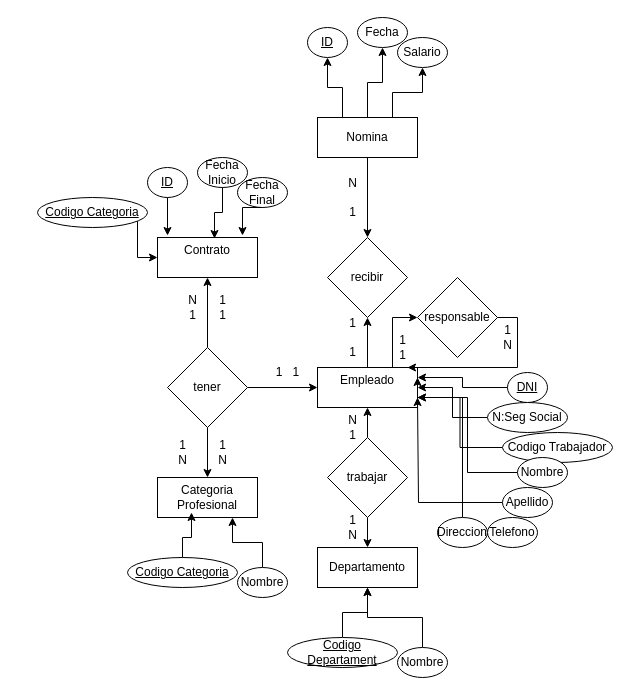
adriii28/amr-tsys-C3U12-11102023 keeps this draw.io diagram as ej7.drawio. Above is the earlier version. Source tidied: cells renumbered, new cells numbered last; positions are measured from the earlier drawing's top-left corner, leaving out a move shared by most shapes. Both pictures are drawn from the tidied source at 100%, with x=0, y=0 at pixel (37, 17).
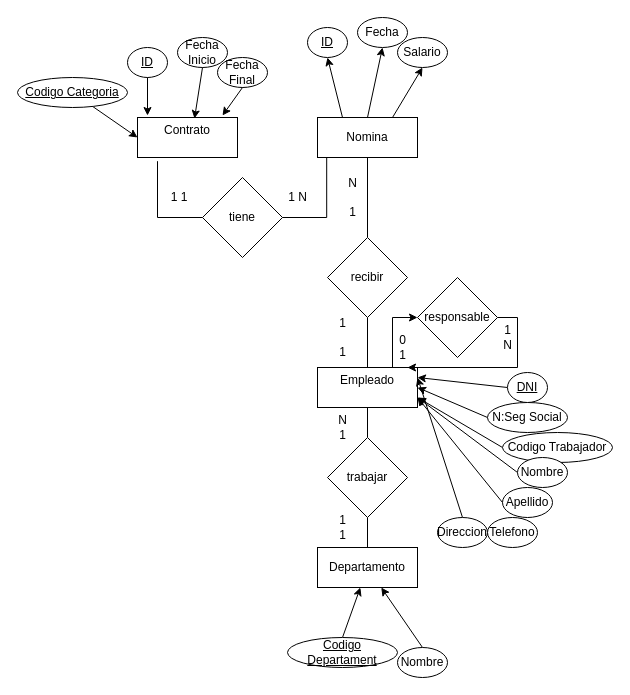
The same page after the edit.

Unchanged cells that the change refers to:
```xml
<mxCell id="4" value="&#10;Empleado&#10;&#10;" style="rounded=0;whiteSpace=wrap;html=1;" parent="1" vertex="1">
  <mxGeometry x="280" y="350" width="100" height="40" as="geometry" />
</mxCell>
<mxCell id="5" value="Departamento" style="rounded=0;whiteSpace=wrap;html=1;" parent="1" vertex="1">
  <mxGeometry x="280" y="530" width="100" height="40" as="geometry" />
</mxCell>
<mxCell id="12" value="Nomina" style="rounded=0;whiteSpace=wrap;html=1;" parent="1" vertex="1">
  <mxGeometry x="280" y="100" width="100" height="40" as="geometry" />
</mxCell>
<mxCell id="15" value="trabajar" style="rhombus;whiteSpace=wrap;html=1;" parent="1" vertex="1">
  <mxGeometry x="290" y="420" width="80" height="80" as="geometry" />
</mxCell>
<mxCell id="22" value="recibir" style="rhombus;whiteSpace=wrap;html=1;" parent="1" vertex="1">
  <mxGeometry x="290" y="220" width="80" height="80" as="geometry" />
</mxCell>
<mxCell id="24" value="DNI" style="ellipse;whiteSpace=wrap;html=1;fontStyle=4;" parent="1" vertex="1">
  <mxGeometry x="470" y="355" width="40" height="30" as="geometry" />
</mxCell>
<mxCell id="26" value="N:Seg Social" style="ellipse;whiteSpace=wrap;html=1;" parent="1" vertex="1">
  <mxGeometry x="450" y="385" width="80" height="30" as="geometry" />
</mxCell>
<mxCell id="28" value="Codigo Trabajador" style="ellipse;whiteSpace=wrap;html=1;" parent="1" vertex="1">
  <mxGeometry x="465" y="415" width="110" height="30" as="geometry" />
</mxCell>
<mxCell id="30" value="Apellido" style="ellipse;whiteSpace=wrap;html=1;" parent="1" vertex="1">
  <mxGeometry x="465" y="470" width="50" height="30" as="geometry" />
</mxCell>
<mxCell id="32" value="Nombre" style="ellipse;whiteSpace=wrap;html=1;" parent="1" vertex="1">
  <mxGeometry x="480" y="440" width="50" height="30" as="geometry" />
</mxCell>
<mxCell id="35" value="&lt;div&gt;Direccion&lt;/div&gt;" style="ellipse;whiteSpace=wrap;html=1;" parent="1" vertex="1">
  <mxGeometry x="400" y="500" width="50" height="30" as="geometry" />
</mxCell>
<mxCell id="37" value="Codigo Departament" style="ellipse;whiteSpace=wrap;html=1;fontStyle=4;" parent="1" vertex="1">
  <mxGeometry x="250" y="620" width="110" height="30" as="geometry" />
</mxCell>
<mxCell id="39" value="Nombre" style="ellipse;whiteSpace=wrap;html=1;" parent="1" vertex="1">
  <mxGeometry x="360" y="630" width="50" height="30" as="geometry" />
</mxCell>
<mxCell id="50" value="ID" style="ellipse;whiteSpace=wrap;html=1;fontStyle=4;" parent="1" vertex="1">
  <mxGeometry x="270" y="10" width="40" height="30" as="geometry" />
</mxCell>
<mxCell id="51" value="Fecha" style="ellipse;whiteSpace=wrap;html=1;" parent="1" vertex="1">
  <mxGeometry x="320" width="50" height="30" as="geometry" />
</mxCell>
<mxCell id="52" value="Salario" style="ellipse;whiteSpace=wrap;html=1;" parent="1" vertex="1">
  <mxGeometry x="360" y="20" width="50" height="30" as="geometry" />
</mxCell>
```

What changed in the source:
```diff
@@
-    <mxCell id="3" style="edgeStyle=orthogonalEdgeStyle;rounded=0;jettySize=auto;html=1;entryX=0.5;entryY=1;entryDx=0;entryDy=0;" parent="1" edge="1" source="4" target="22">
+    <mxCell id="3" style="edgeStyle=orthogonalEdgeStyle;rounded=0;jettySize=auto;html=1;entryX=0.5;entryY=1;entryDx=0;entryDy=0;startArrow=none;startFill=0;endArrow=none;endFill=0;" parent="1" edge="1" source="4" target="22">
       <mxGeometry relative="1" as="geometry" />
     </mxCell>
@@
     <mxCell id="6" value="&lt;div&gt;Contrato&lt;/div&gt;&lt;div&gt;&lt;br&gt;&lt;/div&gt;" style="rounded=0;whiteSpace=wrap;html=1;" parent="1" vertex="1">
-      <mxGeometry x="120" y="220" width="100" height="40" as="geometry" />
+      <mxGeometry x="100" y="100" width="100" height="40" as="geometry" />
     </mxCell>
-    <mxCell id="7" value="Categoria Profesional" style="rounded=0;whiteSpace=wrap;html=1;" parent="1" vertex="1">
-      <mxGeometry x="120" y="460" width="100" height="40" as="geometry" />
-    </mxCell>
-    <mxCell id="8" style="edgeStyle=orthogonalEdgeStyle;rounded=0;jettySize=auto;html=1;entryX=0.5;entryY=0;entryDx=0;entryDy=0;" parent="1" edge="1" source="12" target="22">
+    <mxCell id="8" style="edgeStyle=orthogonalEdgeStyle;rounded=0;jettySize=auto;html=1;entryX=0.5;entryY=0;entryDx=0;entryDy=0;startArrow=none;startFill=0;endArrow=none;endFill=0;" parent="1" edge="1" source="12" target="22">
       <mxGeometry relative="1" as="geometry" />
     </mxCell>
-    <mxCell id="9" style="edgeStyle=orthogonalEdgeStyle;rounded=0;jettySize=auto;html=1;exitX=0.25;exitY=0;exitDx=0;exitDy=0;entryX=0.5;entryY=1;entryDx=0;entryDy=0;" parent="1" edge="1" source="12" target="50">
+    <mxCell id="9" style="rounded=0;jettySize=auto;html=1;exitX=0.25;exitY=0;exitDx=0;exitDy=0;entryX=0.5;entryY=1;entryDx=0;entryDy=0;" parent="1" edge="1" source="12" target="50">
       <mxGeometry relative="1" as="geometry" />
     </mxCell>
-    <mxCell id="10" style="edgeStyle=orthogonalEdgeStyle;rounded=0;jettySize=auto;html=1;exitX=0.5;exitY=0;exitDx=0;exitDy=0;entryX=0.5;entryY=1;entryDx=0;entryDy=0;" parent="1" edge="1" source="12" target="51">
+    <mxCell id="10" style="rounded=0;jettySize=auto;html=1;exitX=0.5;exitY=0;exitDx=0;exitDy=0;entryX=0.5;entryY=1;entryDx=0;entryDy=0;" parent="1" edge="1" source="12" target="51">
       <mxGeometry relative="1" as="geometry" />
     </mxCell>
-    <mxCell id="11" style="edgeStyle=orthogonalEdgeStyle;rounded=0;jettySize=auto;html=1;exitX=0.75;exitY=0;exitDx=0;exitDy=0;entryX=0.5;entryY=1;entryDx=0;entryDy=0;" parent="1" edge="1" source="12" target="52">
+    <mxCell id="11" style="rounded=0;jettySize=auto;html=1;exitX=0.75;exitY=0;exitDx=0;exitDy=0;entryX=0.5;entryY=1;entryDx=0;entryDy=0;" parent="1" edge="1" source="12" target="52">
       <mxGeometry relative="1" as="geometry" />
     </mxCell>
@@
-    <mxCell id="13" style="edgeStyle=orthogonalEdgeStyle;rounded=0;jettySize=auto;html=1;entryX=0.5;entryY=1;entryDx=0;entryDy=0;" parent="1" edge="1" source="15" target="4">
+    <mxCell id="13" style="edgeStyle=orthogonalEdgeStyle;rounded=0;jettySize=auto;html=1;entryX=0.5;entryY=1;entryDx=0;entryDy=0;startArrow=none;startFill=0;endArrow=none;endFill=0;" parent="1" edge="1" source="15" target="4">
       <mxGeometry relative="1" as="geometry" />
     </mxCell>
-    <mxCell id="14" style="edgeStyle=orthogonalEdgeStyle;rounded=0;jettySize=auto;html=1;" parent="1" edge="1" source="15" target="5">
+    <mxCell id="14" style="edgeStyle=orthogonalEdgeStyle;rounded=0;jettySize=auto;html=1;startArrow=none;startFill=0;endArrow=none;endFill=0;" parent="1" edge="1" source="15" target="5">
       <mxGeometry relative="1" as="geometry" />
     </mxCell>
@@
-    <mxCell id="18" style="edgeStyle=orthogonalEdgeStyle;rounded=0;jettySize=auto;html=1;entryX=0;entryY=0.5;entryDx=0;entryDy=0;" parent="1" edge="1" source="21" target="4">
-      <mxGeometry relative="1" as="geometry" />
-    </mxCell>
-    <mxCell id="19" style="edgeStyle=orthogonalEdgeStyle;rounded=0;jettySize=auto;html=1;entryX=0.5;entryY=0;entryDx=0;entryDy=0;" parent="1" edge="1" source="21" target="7">
-      <mxGeometry relative="1" as="geometry" />
-    </mxCell>
-    <mxCell id="20" style="edgeStyle=orthogonalEdgeStyle;rounded=0;jettySize=auto;html=1;entryX=0.5;entryY=1;entryDx=0;entryDy=0;" parent="1" edge="1" source="21" target="6">
-      <mxGeometry relative="1" as="geometry" />
-    </mxCell>
-    <mxCell id="21" value="tener" style="rhombus;whiteSpace=wrap;html=1;" parent="1" vertex="1">
-      <mxGeometry x="130" y="330" width="80" height="80" as="geometry" />
-    </mxCell>
@@
-    <mxCell id="23" style="edgeStyle=orthogonalEdgeStyle;rounded=0;jettySize=auto;html=1;exitX=0;exitY=0.5;exitDx=0;exitDy=0;entryX=1;entryY=0.25;entryDx=0;entryDy=0;" parent="1" edge="1" source="24" target="4">
+    <mxCell id="23" style="rounded=0;jettySize=auto;html=1;exitX=0;exitY=0.5;exitDx=0;exitDy=0;entryX=1;entryY=0.25;entryDx=0;entryDy=0;" parent="1" edge="1" source="24" target="4">
       <mxGeometry relative="1" as="geometry" />
     </mxCell>
@@
-    <mxCell id="25" style="edgeStyle=orthogonalEdgeStyle;rounded=0;jettySize=auto;html=1;exitX=0;exitY=0.5;exitDx=0;exitDy=0;entryX=1;entryY=0.5;entryDx=0;entryDy=0;" parent="1" edge="1" source="26" target="4">
+    <mxCell id="25" style="rounded=0;jettySize=auto;html=1;exitX=0;exitY=0.5;exitDx=0;exitDy=0;entryX=1;entryY=0.5;entryDx=0;entryDy=0;" parent="1" edge="1" source="26" target="4">
       <mxGeometry relative="1" as="geometry" />
     </mxCell>
@@
-    <mxCell id="27" style="edgeStyle=orthogonalEdgeStyle;rounded=0;jettySize=auto;html=1;exitX=0;exitY=0.5;exitDx=0;exitDy=0;entryX=1;entryY=0.75;entryDx=0;entryDy=0;" parent="1" edge="1" source="28" target="4">
+    <mxCell id="27" style="rounded=0;jettySize=auto;html=1;exitX=0;exitY=0.5;exitDx=0;exitDy=0;entryX=1;entryY=0.75;entryDx=0;entryDy=0;" parent="1" edge="1" source="28" target="4">
       <mxGeometry relative="1" as="geometry" />
     </mxCell>
@@
-    <mxCell id="29" style="edgeStyle=orthogonalEdgeStyle;rounded=0;jettySize=auto;html=1;exitX=0;exitY=0.5;exitDx=0;exitDy=0;" parent="1" edge="1" source="30">
+    <mxCell id="29" style="rounded=0;jettySize=auto;html=1;exitX=0;exitY=0.5;exitDx=0;exitDy=0;" parent="1" edge="1" source="30">
       <mxGeometry relative="1" as="geometry">
         <mxPoint x="380" y="380" as="targetPoint" />
-        <Array as="points">
-          <mxPoint x="381" y="485" />
-        </Array>
       </mxGeometry>
     </mxCell>
@@
-    <mxCell id="31" style="edgeStyle=orthogonalEdgeStyle;rounded=0;jettySize=auto;html=1;exitX=0;exitY=0.5;exitDx=0;exitDy=0;entryX=1;entryY=0.75;entryDx=0;entryDy=0;" parent="1" edge="1" source="32" target="4">
+    <mxCell id="31" style="rounded=0;jettySize=auto;html=1;exitX=0;exitY=0.5;exitDx=0;exitDy=0;entryX=1;entryY=0.75;entryDx=0;entryDy=0;" parent="1" edge="1" source="32" target="4">
       <mxGeometry relative="1" as="geometry" />
     </mxCell>
@@
-    <mxCell id="33" style="edgeStyle=orthogonalEdgeStyle;rounded=0;jettySize=auto;html=1;exitX=0.5;exitY=0;exitDx=0;exitDy=0;" parent="1" edge="1" source="35">
+    <mxCell id="33" style="rounded=0;jettySize=auto;html=1;exitX=0.5;exitY=0;exitDx=0;exitDy=0;" parent="1" edge="1" source="35">
       <mxGeometry relative="1" as="geometry">
         <mxPoint x="380" y="360" as="targetPoint" />
-        <Array as="points">
-          <mxPoint x="425" y="380" />
-          <mxPoint x="380" y="380" />
-        </Array>
       </mxGeometry>
     </mxCell>
@@
-    <mxCell id="36" style="edgeStyle=orthogonalEdgeStyle;rounded=0;jettySize=auto;html=1;exitX=0.5;exitY=0;exitDx=0;exitDy=0;" parent="1" edge="1" source="37" target="5">
+    <mxCell id="36" style="rounded=0;jettySize=auto;html=1;exitX=0.5;exitY=0;exitDx=0;exitDy=0;" parent="1" edge="1" source="37" target="5">
       <mxGeometry relative="1" as="geometry" />
     </mxCell>
@@
-    <mxCell id="38" style="edgeStyle=orthogonalEdgeStyle;rounded=0;jettySize=auto;html=1;exitX=0.5;exitY=0;exitDx=0;exitDy=0;" parent="1" edge="1" source="39" target="5">
+    <mxCell id="38" style="rounded=0;jettySize=auto;html=1;exitX=0.5;exitY=0;exitDx=0;exitDy=0;" parent="1" edge="1" source="39" target="5">
       <mxGeometry relative="1" as="geometry" />
     </mxCell>
@@
-    <mxCell id="40" value="Codigo Categoria" style="ellipse;whiteSpace=wrap;html=1;fontStyle=4;" parent="1" vertex="1">
-      <mxGeometry x="90" y="540" width="110" height="30" as="geometry" />
-    </mxCell>
-    <mxCell id="41" style="edgeStyle=orthogonalEdgeStyle;rounded=0;jettySize=auto;html=1;exitX=0.5;exitY=0;exitDx=0;exitDy=0;entryX=0.75;entryY=1;entryDx=0;entryDy=0;" parent="1" edge="1" source="42" target="7">
-      <mxGeometry relative="1" as="geometry" />
-    </mxCell>
-    <mxCell id="42" value="Nombre" style="ellipse;whiteSpace=wrap;html=1;" parent="1" vertex="1">
-      <mxGeometry x="200" y="550" width="50" height="30" as="geometry" />
-    </mxCell>
-    <mxCell id="43" style="edgeStyle=orthogonalEdgeStyle;rounded=0;jettySize=auto;html=1;exitX=0.5;exitY=0;exitDx=0;exitDy=0;entryX=0.34;entryY=0.875;entryDx=0;entryDy=0;entryPerimeter=0;" parent="1" edge="1" source="40" target="7">
-      <mxGeometry relative="1" as="geometry" />
-    </mxCell>
     <mxCell id="44" value="ID" style="ellipse;whiteSpace=wrap;html=1;fontStyle=4;" parent="1" vertex="1">
-      <mxGeometry x="110" y="150" width="40" height="30" as="geometry" />
+      <mxGeometry x="90" y="30" width="40" height="30" as="geometry" />
     </mxCell>
     <mxCell id="45" value="Fecha Inicio" style="ellipse;whiteSpace=wrap;html=1;" parent="1" vertex="1">
-      <mxGeometry x="160" y="140" width="50" height="30" as="geometry" />
+      <mxGeometry x="140" y="20" width="50" height="30" as="geometry" />
     </mxCell>
     <mxCell id="46" value="Fecha Final" style="ellipse;whiteSpace=wrap;html=1;" parent="1" vertex="1">
-      <mxGeometry x="200" y="160" width="50" height="30" as="geometry" />
+      <mxGeometry x="180" y="40" width="50" height="30" as="geometry" />
     </mxCell>
-    <mxCell id="47" style="edgeStyle=orthogonalEdgeStyle;rounded=0;jettySize=auto;html=1;exitX=0.5;exitY=1;exitDx=0;exitDy=0;entryX=0.1;entryY=-0.05;entryDx=0;entryDy=0;entryPerimeter=0;" parent="1" edge="1" source="44" target="6">
+    <mxCell id="47" style="rounded=0;jettySize=auto;html=1;exitX=0.5;exitY=1;exitDx=0;exitDy=0;entryX=0.1;entryY=-0.05;entryDx=0;entryDy=0;entryPerimeter=0;" parent="1" edge="1" source="44" target="6">
       <mxGeometry relative="1" as="geometry" />
     </mxCell>
-    <mxCell id="48" style="edgeStyle=orthogonalEdgeStyle;rounded=0;jettySize=auto;html=1;exitX=0.5;exitY=1;exitDx=0;exitDy=0;entryX=0.57;entryY=0.025;entryDx=0;entryDy=0;entryPerimeter=0;" parent="1" edge="1" source="45" target="6">
+    <mxCell id="48" style="rounded=0;jettySize=auto;html=1;exitX=0.5;exitY=1;exitDx=0;exitDy=0;entryX=0.57;entryY=0.025;entryDx=0;entryDy=0;entryPerimeter=0;" parent="1" edge="1" source="45" target="6">
       <mxGeometry relative="1" as="geometry" />
     </mxCell>
-    <mxCell id="49" style="edgeStyle=orthogonalEdgeStyle;rounded=0;jettySize=auto;html=1;exitX=0.5;exitY=1;exitDx=0;exitDy=0;entryX=0.85;entryY=-0.05;entryDx=0;entryDy=0;entryPerimeter=0;" parent="1" edge="1" source="46" target="6">
+    <mxCell id="49" style="rounded=0;jettySize=auto;html=1;exitX=0.5;exitY=1;exitDx=0;exitDy=0;entryX=0.85;entryY=-0.05;entryDx=0;entryDy=0;entryPerimeter=0;" parent="1" edge="1" source="46" target="6">
       <mxGeometry relative="1" as="geometry" />
     </mxCell>
@@
     <mxCell id="53" value="1&lt;br&gt;&lt;br&gt;1" style="text;html=1;align=center;verticalAlign=middle;strokeColor=none;fillColor=none;" parent="1" vertex="1">
-      <mxGeometry x="300" y="290" width="30" height="60" as="geometry" />
+      <mxGeometry x="290" y="290" width="30" height="60" as="geometry" />
     </mxCell>
@@
-    <mxCell id="55" value="1&lt;br&gt;1" style="text;html=1;align=center;verticalAlign=middle;strokeColor=none;fillColor=none;" parent="1" vertex="1">
+    <mxCell id="55" value="0&lt;br&gt;1" style="text;html=1;align=center;verticalAlign=middle;strokeColor=none;fillColor=none;" parent="1" vertex="1">
       <mxGeometry x="350" y="310" width="30" height="40" as="geometry" />
     </mxCell>
@@
-    <mxCell id="57" value="1&lt;br&gt;N" style="text;html=1;align=center;verticalAlign=middle;strokeColor=none;fillColor=none;" parent="1" vertex="1">
-      <mxGeometry x="300" y="490" width="30" height="40" as="geometry" />
+    <mxCell id="57" value="1&lt;br&gt;1" style="text;html=1;align=center;verticalAlign=middle;strokeColor=none;fillColor=none;" parent="1" vertex="1">
+      <mxGeometry x="290" y="490" width="30" height="40" as="geometry" />
     </mxCell>
     <mxCell id="58" value="N&lt;br&gt;1" style="text;html=1;align=center;verticalAlign=middle;strokeColor=none;fillColor=none;" parent="1" vertex="1">
-      <mxGeometry x="300" y="390" width="30" height="40" as="geometry" />
+      <mxGeometry x="290" y="390" width="30" height="40" as="geometry" />
     </mxCell>
-    <mxCell id="59" value="1&lt;br&gt;1" style="text;html=1;align=center;verticalAlign=middle;strokeColor=none;fillColor=none;" parent="1" vertex="1">
-      <mxGeometry x="170" y="270" width="30" height="40" as="geometry" />
-    </mxCell>
-    <mxCell id="60" value="1&amp;nbsp;&amp;nbsp; 1" style="text;html=1;align=center;verticalAlign=middle;strokeColor=none;fillColor=none;" parent="1" vertex="1">
-      <mxGeometry x="225" y="340" width="50" height="30" as="geometry" />
-    </mxCell>
-    <mxCell id="61" value="1&lt;br&gt;N" style="text;html=1;align=center;verticalAlign=middle;strokeColor=none;fillColor=none;" parent="1" vertex="1">
-      <mxGeometry x="170" y="415" width="30" height="40" as="geometry" />
-    </mxCell>
-    <mxCell id="62" value="N&lt;br&gt;1" style="text;html=1;align=center;verticalAlign=middle;strokeColor=none;fillColor=none;" parent="1" vertex="1">
-      <mxGeometry x="140" y="270" width="30" height="40" as="geometry" />
-    </mxCell>
-    <mxCell id="63" value="1&lt;br&gt;N" style="text;html=1;align=center;verticalAlign=middle;strokeColor=none;fillColor=none;" parent="1" vertex="1">
-      <mxGeometry x="130" y="415" width="30" height="40" as="geometry" />
-    </mxCell>
-    <mxCell id="64" style="edgeStyle=orthogonalEdgeStyle;rounded=0;jettySize=auto;html=1;entryX=0;entryY=0.5;entryDx=0;entryDy=0;" parent="1" edge="1" source="65" target="6">
-      <mxGeometry relative="1" as="geometry">
-        <Array as="points">
-          <mxPoint x="100" y="240" />
-        </Array>
-      </mxGeometry>
+    <mxCell id="64" style="rounded=0;jettySize=auto;html=1;entryX=0;entryY=0.5;entryDx=0;entryDy=0;" parent="1" edge="1" source="65" target="6">
+      <mxGeometry relative="1" as="geometry" />
     </mxCell>
     <mxCell id="65" value="Codigo Categoria" style="ellipse;whiteSpace=wrap;html=1;fontStyle=4;" parent="1" vertex="1">
-      <mxGeometry y="180" width="110" height="30" as="geometry" />
+      <mxGeometry x="-20" y="60" width="110" height="30" as="geometry" />
     </mxCell>
+    <mxCell id="66" value="tiene" style="rhombus;whiteSpace=wrap;html=1;" parent="1" vertex="1">
+      <mxGeometry x="165" y="160" width="80" height="80" as="geometry" />
+    </mxCell>
+    <mxCell id="67" style="edgeStyle=orthogonalEdgeStyle;rounded=0;jettySize=auto;html=1;entryX=0.092;entryY=1.008;entryDx=0;entryDy=0;entryPerimeter=0;startArrow=none;startFill=0;endArrow=none;endFill=0;" parent="1" edge="1" source="66" target="12">
+      <mxGeometry relative="1" as="geometry" />
+    </mxCell>
+    <mxCell id="68" style="edgeStyle=orthogonalEdgeStyle;rounded=0;jettySize=auto;html=1;entryX=0.2;entryY=1.092;entryDx=0;entryDy=0;entryPerimeter=0;startArrow=none;startFill=0;endArrow=none;endFill=0;" parent="1" edge="1" source="66" target="6">
+      <mxGeometry relative="1" as="geometry">
+        <Array as="points">
+          <mxPoint x="120" y="200" />
+        </Array>
+      </mxGeometry>
+    </mxCell>
+    <mxCell id="69" value="1 N" style="text;html=1;align=center;verticalAlign=middle;strokeColor=none;fillColor=none;" parent="1" vertex="1">
+      <mxGeometry x="240" y="165" width="40" height="30" as="geometry" />
+    </mxCell>
+    <mxCell id="70" value="&lt;div&gt;&amp;nbsp;1 1&lt;/div&gt;" style="text;html=1;align=center;verticalAlign=middle;strokeColor=none;fillColor=none;" parent="1" vertex="1">
+      <mxGeometry x="120" y="165" width="40" height="30" as="geometry" />
+    </mxCell>
```
